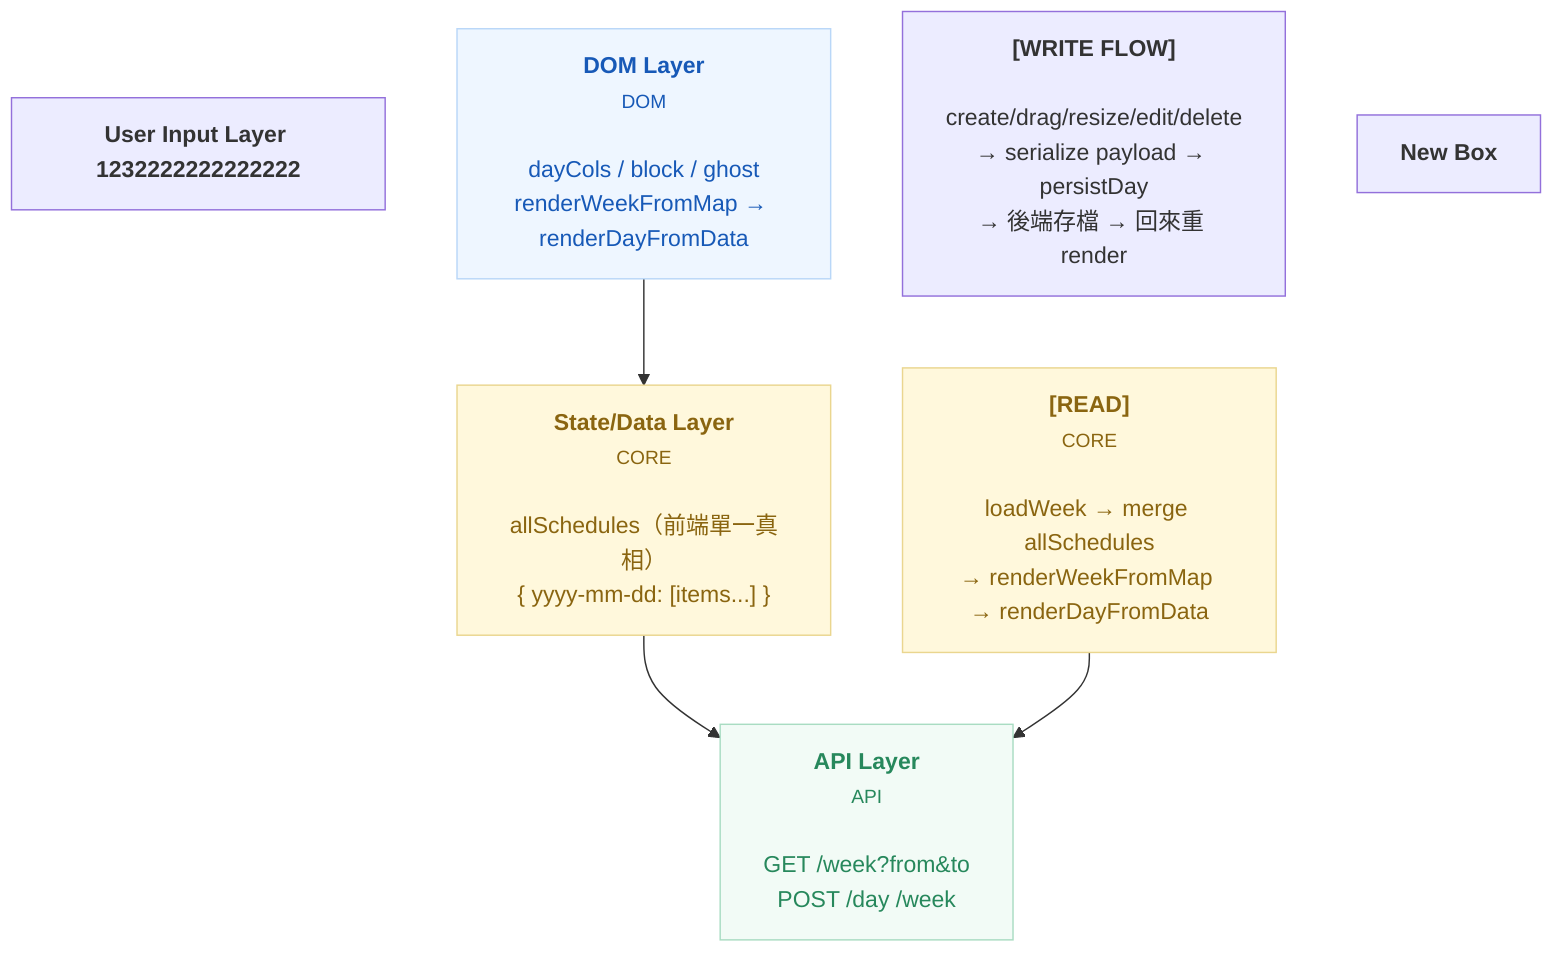
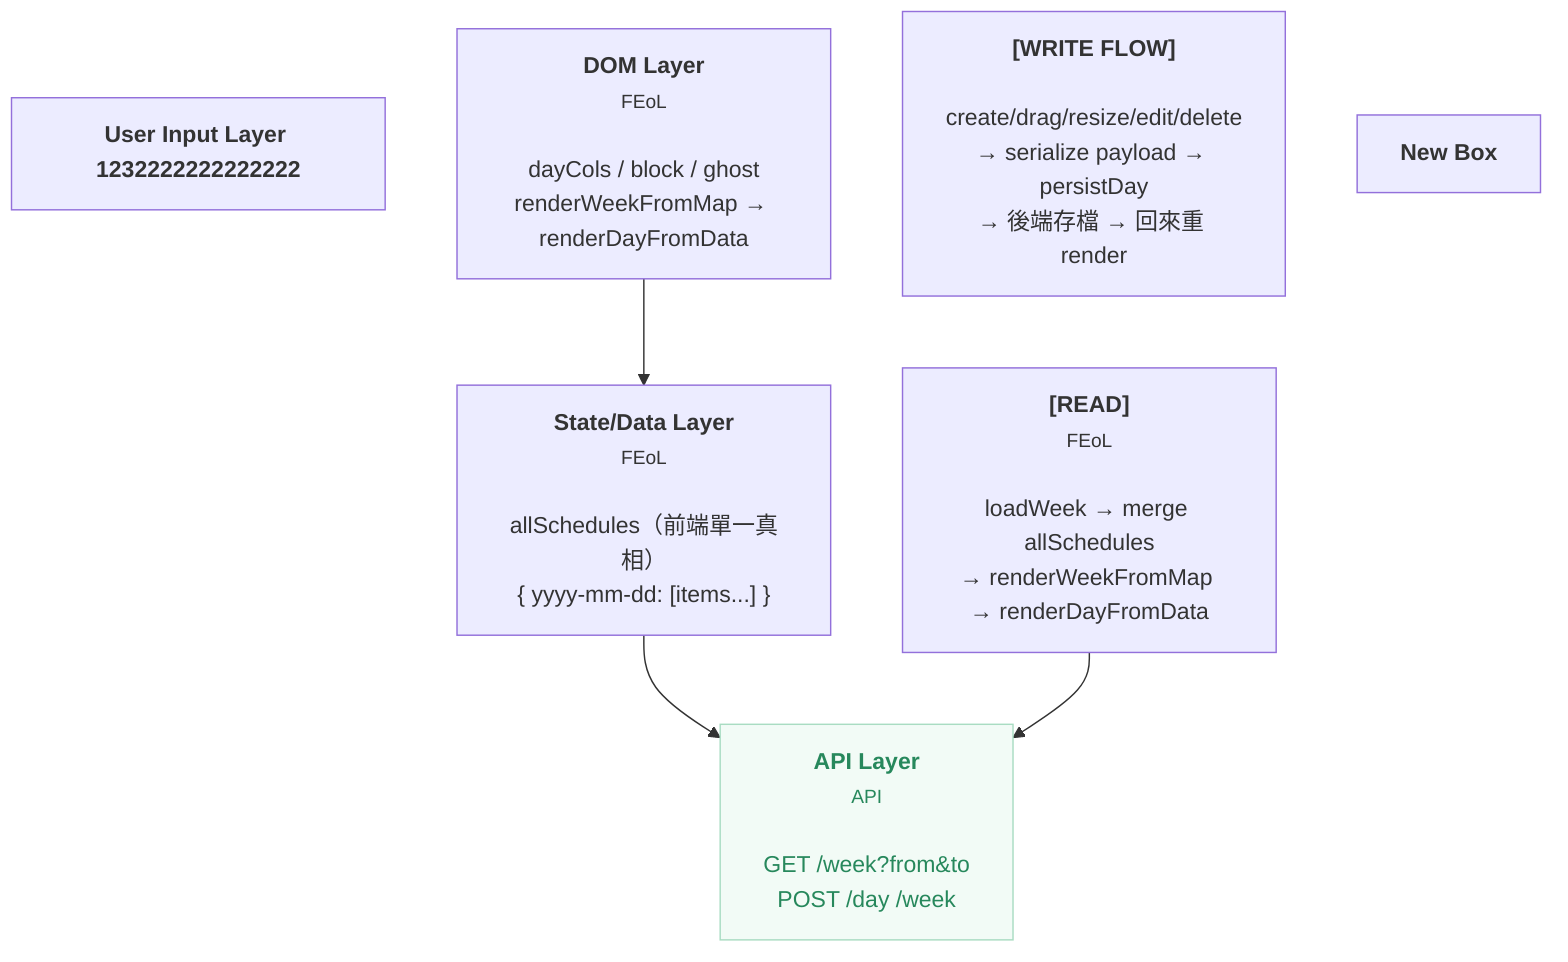
flowchart TD
  n_nqp6dqkg["<b>User Input Layer 1232222222222222</b><br/>"]
-   n_nbw37bv6["<b>DOM Layer</b><br/><small>DOM</small><br/><br/>dayCols / block / ghost<br/>renderWeekFromMap → renderDayFromData"]
-   n_nac3vzom["<b>State/Data Layer</b><br/><small>CORE</small><br/><br/>allSchedules（前端單一真相）<br/>{ yyyy-mm-dd: [items...] }"]
+   n_nbw37bv6["<b>DOM Layer</b><br/><small>FEoL</small><br/><br/>dayCols / block / ghost<br/>renderWeekFromMap → renderDayFromData"]
+   n_nac3vzom["<b>State/Data Layer</b><br/><small>FEoL</small><br/><br/>allSchedules（前端單一真相）<br/>{ yyyy-mm-dd: [items...] }"]
  n_nyigec1g["<b>API Layer</b><br/><small>API</small><br/><br/>GET /week?from&amp;to<br/>POST /day  /week"]
-   n_nooxhqfw["<b>[READ]</b><br/><small>CORE</small><br/><br/>loadWeek → merge allSchedules<br/>→ renderWeekFromMap → renderDayFromData"]
+   n_nooxhqfw["<b>[READ]</b><br/><small>FEoL</small><br/><br/>loadWeek → merge allSchedules<br/>→ renderWeekFromMap → renderDayFromData"]
  n_nxllvjvj["<b>[WRITE FLOW]</b><br/><br/>create/drag/resize/edit/delete<br/>→ serialize payload → persistDay<br/>→ 後端存檔 → 回來重 render"]
  n_n3inuawi["<b>New Box</b><br/>"]
  n_nbw37bv6 --> n_nac3vzom
  n_nac3vzom --> n_nyigec1g
  n_nooxhqfw --> n_nyigec1g

  classDef CORE fill:#fff8dc,stroke:#ead68f,color:#8a6510
  classDef DOM fill:#eef6ff,stroke:#b9d7f8,color:#1759b7
  classDef API fill:#f2fbf6,stroke:#a9dcc2,color:#27885c
  classDef RISK fill:#fff7f7,stroke:#efb5b5,color:#bf4a4a
-   class n_nbw37bv6 DOM
-   class n_nac3vzom CORE
  class n_nyigec1g API
-   class n_nooxhqfw CORE
